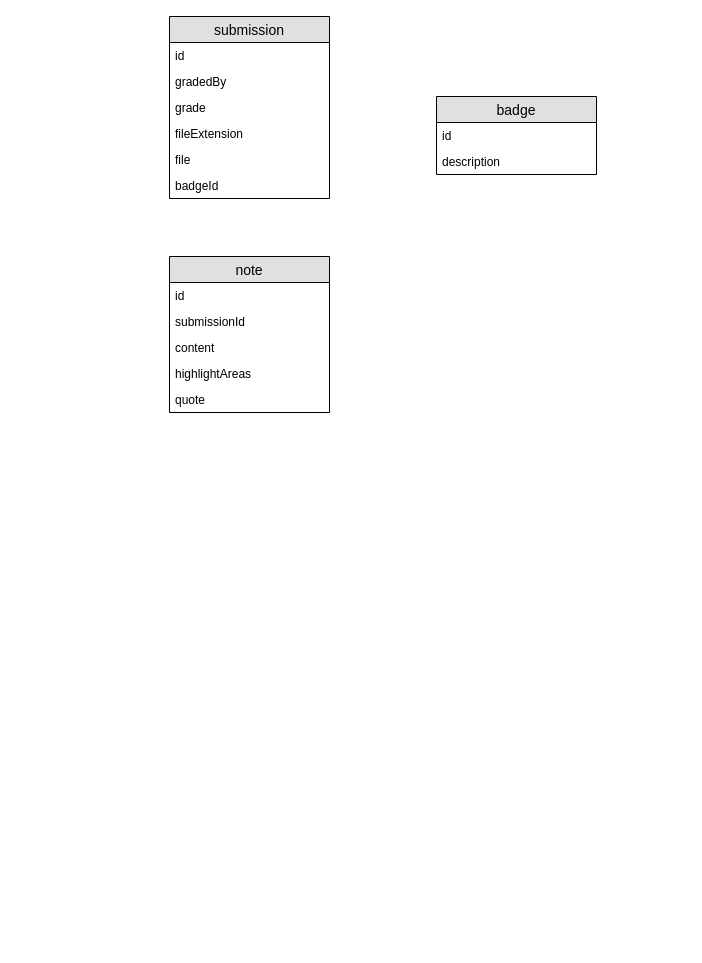
Before: docs/drawio/ERD.drawio in saifrashed/writespace, a draw.io diagram. Source tidied: cells renumbered, new cells numbered last; positions are measured from the earlier drawing's top-left corner, leaving out a move shared by most shapes. Both pictures are drawn from the tidied source at 100%, with x=0, y=0 at pixel (169, 16).
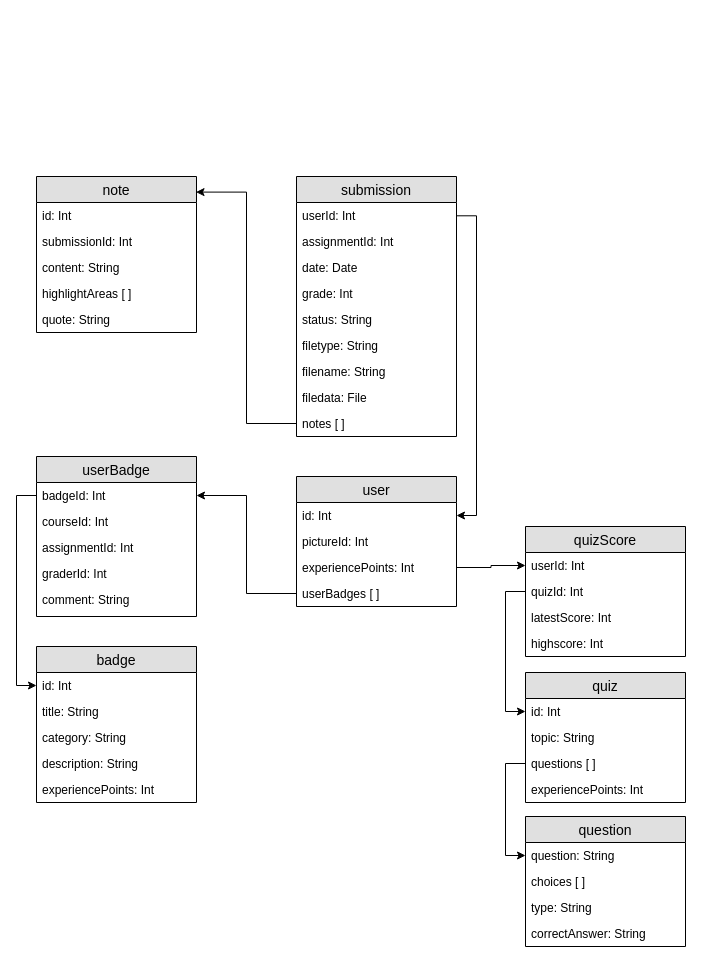
Above is the later version.

Change to the diagram source:
```diff
@@
     <mxCell id="2" value="submission" style="swimlane;fontStyle=0;horizontal=1;startSize=26;fillColor=#e0e0e0;swimlaneFillColor=#ffffff;align=center;fontSize=14;" parent="1" vertex="1">
-      <mxGeometry width="160" height="182" as="geometry" />
+      <mxGeometry x="127" y="160" width="160" height="260" as="geometry" />
     </mxCell>
-    <mxCell id="3" value="id" style="text;strokeColor=none;fillColor=none;spacingLeft=4;spacingRight=4;overflow=hidden;fontSize=12;" parent="2" vertex="1">
-      <mxGeometry y="26" width="160" height="26" as="geometry" />
-    </mxCell>
-    <mxCell id="4" value="gradedBy" style="text;strokeColor=none;fillColor=none;spacingLeft=4;spacingRight=4;overflow=hidden;fontSize=12;" parent="2" vertex="1">
-      <mxGeometry y="52" width="160" height="26" as="geometry" />
-    </mxCell>
-    <mxCell id="5" value="grade" style="text;strokeColor=none;fillColor=none;spacingLeft=4;spacingRight=4;overflow=hidden;fontSize=12;" parent="2" vertex="1">
-      <mxGeometry y="78" width="160" height="26" as="geometry" />
-    </mxCell>
-    <mxCell id="6" value="fileExtension" style="text;strokeColor=none;fillColor=none;spacingLeft=4;spacingRight=4;overflow=hidden;fontSize=12;" parent="2" vertex="1">
-      <mxGeometry y="104" width="160" height="26" as="geometry" />
-    </mxCell>
-    <mxCell id="7" value="file" style="text;strokeColor=none;fillColor=none;spacingLeft=4;spacingRight=4;overflow=hidden;fontSize=12;" parent="2" vertex="1">
-      <mxGeometry y="130" width="160" height="26" as="geometry" />
-    </mxCell>
-    <mxCell id="8" value="badgeId" style="text;strokeColor=none;fillColor=none;spacingLeft=4;spacingRight=4;overflow=hidden;fontSize=12;" parent="2" vertex="1">
-      <mxGeometry y="156" width="160" height="26" as="geometry" />
-    </mxCell>
+    <mxCell id="18" value="userId: Int" style="text;strokeColor=none;fillColor=none;spacingLeft=4;spacingRight=4;overflow=hidden;fontSize=12;" parent="2" vertex="1">
+      <mxGeometry y="26" width="160" height="26" as="geometry" />
+    </mxCell>
+    <mxCell id="19" value="assignmentId: Int" style="text;strokeColor=none;fillColor=none;spacingLeft=4;spacingRight=4;overflow=hidden;fontSize=12;" parent="2" vertex="1">
+      <mxGeometry y="52" width="160" height="26" as="geometry" />
+    </mxCell>
+    <mxCell id="20" value="date: Date" style="text;strokeColor=none;fillColor=none;spacingLeft=4;spacingRight=4;overflow=hidden;fontSize=12;" parent="2" vertex="1">
+      <mxGeometry y="78" width="160" height="26" as="geometry" />
+    </mxCell>
+    <mxCell id="21" value="grade: Int" style="text;strokeColor=none;fillColor=none;spacingLeft=4;spacingRight=4;overflow=hidden;fontSize=12;" parent="2" vertex="1">
+      <mxGeometry y="104" width="160" height="26" as="geometry" />
+    </mxCell>
+    <mxCell id="22" value="status: String" style="text;strokeColor=none;fillColor=none;spacingLeft=4;spacingRight=4;overflow=hidden;fontSize=12;" parent="2" vertex="1">
+      <mxGeometry y="130" width="160" height="26" as="geometry" />
+    </mxCell>
+    <mxCell id="23" value="filetype: String" style="text;strokeColor=none;fillColor=none;spacingLeft=4;spacingRight=4;overflow=hidden;fontSize=12;" parent="2" vertex="1">
+      <mxGeometry y="156" width="160" height="26" as="geometry" />
+    </mxCell>
+    <mxCell id="24" value="filename: String" style="text;strokeColor=none;fillColor=none;spacingLeft=4;spacingRight=4;overflow=hidden;fontSize=12;" parent="2" vertex="1">
+      <mxGeometry y="182" width="160" height="26" as="geometry" />
+    </mxCell>
+    <mxCell id="25" value="filedata: File" style="text;strokeColor=none;fillColor=none;spacingLeft=4;spacingRight=4;overflow=hidden;fontSize=12;" parent="2" vertex="1">
+      <mxGeometry y="208" width="160" height="26" as="geometry" />
+    </mxCell>
+    <mxCell id="26" value="notes [ ]" style="text;strokeColor=none;fillColor=none;spacingLeft=4;spacingRight=4;overflow=hidden;points=[[0,0.5],[1,0.5]];portConstraint=eastwest;fontSize=12;" parent="2" vertex="1">
+      <mxGeometry y="234" width="160" height="26" as="geometry" />
+    </mxCell>
     <mxCell id="9" value="note" style="swimlane;fontStyle=0;horizontal=1;startSize=26;fillColor=#e0e0e0;swimlaneFillColor=#ffffff;align=center;fontSize=14;" parent="1" vertex="1">
-      <mxGeometry y="240" width="160" height="156" as="geometry" />
+      <mxGeometry x="-133" y="160" width="160" height="156" as="geometry" />
     </mxCell>
-    <mxCell id="10" value="id" style="text;strokeColor=none;fillColor=none;spacingLeft=4;spacingRight=4;overflow=hidden;fontSize=12;" parent="9" vertex="1">
+    <mxCell id="10" value="id: Int" style="text;strokeColor=none;fillColor=none;spacingLeft=4;spacingRight=4;overflow=hidden;fontSize=12;" parent="9" vertex="1">
       <mxGeometry y="26" width="160" height="26" as="geometry" />
     </mxCell>
-    <mxCell id="11" value="submissionId" style="text;strokeColor=none;fillColor=none;spacingLeft=4;spacingRight=4;overflow=hidden;fontSize=12;" parent="9" vertex="1">
+    <mxCell id="11" value="submissionId: Int" style="text;strokeColor=none;fillColor=none;spacingLeft=4;spacingRight=4;overflow=hidden;fontSize=12;" parent="9" vertex="1">
       <mxGeometry y="52" width="160" height="26" as="geometry" />
     </mxCell>
-    <mxCell id="12" value="content" style="text;strokeColor=none;fillColor=none;spacingLeft=4;spacingRight=4;overflow=hidden;fontSize=12;" parent="9" vertex="1">
+    <mxCell id="12" value="content: String" style="text;strokeColor=none;fillColor=none;spacingLeft=4;spacingRight=4;overflow=hidden;fontSize=12;" parent="9" vertex="1">
       <mxGeometry y="78" width="160" height="26" as="geometry" />
     </mxCell>
-    <mxCell id="13" value="highlightAreas" style="text;strokeColor=none;fillColor=none;spacingLeft=4;spacingRight=4;overflow=hidden;fontSize=12;" parent="9" vertex="1">
+    <mxCell id="13" value="highlightAreas [ ]" style="text;strokeColor=none;fillColor=none;spacingLeft=4;spacingRight=4;overflow=hidden;fontSize=12;" parent="9" vertex="1">
       <mxGeometry y="104" width="160" height="26" as="geometry" />
     </mxCell>
-    <mxCell id="14" value="quote" style="text;strokeColor=none;fillColor=none;spacingLeft=4;spacingRight=4;overflow=hidden;fontSize=12;" parent="9" vertex="1">
+    <mxCell id="14" value="quote: String" style="text;strokeColor=none;fillColor=none;spacingLeft=4;spacingRight=4;overflow=hidden;fontSize=12;" parent="9" vertex="1">
       <mxGeometry y="130" width="160" height="26" as="geometry" />
     </mxCell>
-    <mxCell id="15" value="badge" style="swimlane;fontStyle=0;horizontal=1;startSize=26;fillColor=#e0e0e0;swimlaneFillColor=#ffffff;align=center;fontSize=14;" parent="1" vertex="1">
-      <mxGeometry x="267" y="80" width="160" height="78" as="geometry" />
+    <mxCell id="15" value="userBadge" style="swimlane;fontStyle=0;horizontal=1;startSize=26;fillColor=#e0e0e0;swimlaneFillColor=#ffffff;align=center;fontSize=14;" parent="1" vertex="1">
+      <mxGeometry x="-133" y="440" width="160" height="160" as="geometry" />
     </mxCell>
+    <mxCell id="27" value="badgeId: Int" style="text;strokeColor=none;fillColor=none;spacingLeft=4;spacingRight=4;overflow=hidden;points=[[0,0.5],[1,0.5]];portConstraint=eastwest;fontSize=12;" parent="15" vertex="1">
+      <mxGeometry y="26" width="160" height="26" as="geometry" />
+    </mxCell>
-    <mxCell id="16" value="id" style="text;strokeColor=none;fillColor=none;spacingLeft=4;spacingRight=4;overflow=hidden;fontSize=12;" parent="15" vertex="1">
-      <mxGeometry y="26" width="160" height="26" as="geometry" />
+    <mxCell id="16" value="courseId: Int" style="text;strokeColor=none;fillColor=none;spacingLeft=4;spacingRight=4;overflow=hidden;fontSize=12;" parent="15" vertex="1">
+      <mxGeometry y="52" width="160" height="26" as="geometry" />
     </mxCell>
-    <mxCell id="17" value="description" style="text;strokeColor=none;fillColor=none;spacingLeft=4;spacingRight=4;overflow=hidden;fontSize=12;" parent="15" vertex="1">
-      <mxGeometry y="52" width="160" height="26" as="geometry" />
+    <mxCell id="17" value="assignmentId: Int" style="text;strokeColor=none;fillColor=none;spacingLeft=4;spacingRight=4;overflow=hidden;fontSize=12;" parent="15" vertex="1">
+      <mxGeometry y="78" width="160" height="26" as="geometry" />
     </mxCell>
+    <mxCell id="28" value="graderId: Int" style="text;strokeColor=none;fillColor=none;spacingLeft=4;spacingRight=4;overflow=hidden;fontSize=12;" parent="15" vertex="1">
+      <mxGeometry y="104" width="160" height="26" as="geometry" />
+    </mxCell>
+    <mxCell id="29" value="comment: String" style="text;strokeColor=none;fillColor=none;spacingLeft=4;spacingRight=4;overflow=hidden;fontSize=12;" parent="15" vertex="1">
+      <mxGeometry y="130" width="160" height="30" as="geometry" />
+    </mxCell>
+    <mxCell id="30" value="user" style="swimlane;fontStyle=0;horizontal=1;startSize=26;fillColor=#e0e0e0;swimlaneFillColor=#ffffff;align=center;fontSize=14;" parent="1" vertex="1">
+      <mxGeometry x="127" y="460" width="160" height="130" as="geometry" />
+    </mxCell>
+    <mxCell id="31" value="id: Int" style="text;strokeColor=none;fillColor=none;spacingLeft=4;spacingRight=4;overflow=hidden;points=[[0,0.5],[1,0.5]];portConstraint=eastwest;fontSize=12;" parent="30" vertex="1">
+      <mxGeometry y="26" width="160" height="26" as="geometry" />
+    </mxCell>
+    <mxCell id="32" value="pictureId: Int" style="text;strokeColor=none;fillColor=none;spacingLeft=4;spacingRight=4;overflow=hidden;fontSize=12;" parent="30" vertex="1">
+      <mxGeometry y="52" width="160" height="26" as="geometry" />
+    </mxCell>
+    <mxCell id="33" value="experiencePoints: Int" style="text;strokeColor=none;fillColor=none;spacingLeft=4;spacingRight=4;overflow=hidden;points=[[0,0.5],[1,0.5]];portConstraint=eastwest;fontSize=12;" parent="30" vertex="1">
+      <mxGeometry y="78" width="160" height="26" as="geometry" />
+    </mxCell>
+    <mxCell id="34" value="userBadges [ ]" style="text;strokeColor=none;fillColor=none;spacingLeft=4;spacingRight=4;overflow=hidden;points=[[0,0.5],[1,0.5]];portConstraint=eastwest;fontSize=12;" parent="30" vertex="1">
+      <mxGeometry y="104" width="160" height="26" as="geometry" />
+    </mxCell>
+    <mxCell id="35" value="quizScore" style="swimlane;fontStyle=0;horizontal=1;startSize=26;fillColor=#e0e0e0;swimlaneFillColor=#ffffff;align=center;fontSize=14;" parent="1" vertex="1">
+      <mxGeometry x="356" y="510" width="160" height="130" as="geometry" />
+    </mxCell>
+    <mxCell id="36" value="userId: Int" style="text;strokeColor=none;fillColor=none;spacingLeft=4;spacingRight=4;overflow=hidden;points=[[0,0.5],[1,0.5]];portConstraint=eastwest;fontSize=12;" parent="35" vertex="1">
+      <mxGeometry y="26" width="160" height="26" as="geometry" />
+    </mxCell>
+    <mxCell id="37" value="quizId: Int" style="text;strokeColor=none;fillColor=none;spacingLeft=4;spacingRight=4;overflow=hidden;points=[[0,0.5],[1,0.5]];portConstraint=eastwest;fontSize=12;" parent="35" vertex="1">
+      <mxGeometry y="52" width="160" height="26" as="geometry" />
+    </mxCell>
+    <mxCell id="38" value="latestScore: Int" style="text;strokeColor=none;fillColor=none;spacingLeft=4;spacingRight=4;overflow=hidden;fontSize=12;" parent="35" vertex="1">
+      <mxGeometry y="78" width="160" height="26" as="geometry" />
+    </mxCell>
+    <mxCell id="39" value="highscore: Int" style="text;strokeColor=none;fillColor=none;spacingLeft=4;spacingRight=4;overflow=hidden;fontSize=12;" parent="35" vertex="1">
+      <mxGeometry y="104" width="160" height="26" as="geometry" />
+    </mxCell>
+    <mxCell id="40" style="edgeStyle=orthogonalEdgeStyle;rounded=0;jettySize=auto;html=1;entryX=0;entryY=0.5;entryDx=0;entryDy=0;" parent="1" edge="1" source="33" target="36">
+      <mxGeometry relative="1" as="geometry" />
+    </mxCell>
+    <mxCell id="41" style="edgeStyle=orthogonalEdgeStyle;rounded=0;jettySize=auto;html=1;entryX=1;entryY=0.5;entryDx=0;entryDy=0;" parent="1" edge="1" source="34" target="27">
+      <mxGeometry relative="1" as="geometry" />
+    </mxCell>
+    <mxCell id="42" style="edgeStyle=orthogonalEdgeStyle;rounded=0;jettySize=auto;html=1;entryX=0.997;entryY=0.1;entryDx=0;entryDy=0;entryPerimeter=0;" parent="1" edge="1" source="26" target="9">
+      <mxGeometry relative="1" as="geometry" />
+    </mxCell>
+    <mxCell id="43" value="badge" style="swimlane;fontStyle=0;horizontal=1;startSize=26;fillColor=#e0e0e0;swimlaneFillColor=#ffffff;align=center;fontSize=14;" parent="1" vertex="1">
+      <mxGeometry x="-133" y="630" width="160" height="156" as="geometry" />
+    </mxCell>
+    <mxCell id="44" value="id: Int" style="text;strokeColor=none;fillColor=none;spacingLeft=4;spacingRight=4;overflow=hidden;points=[[0,0.5],[1,0.5]];portConstraint=eastwest;fontSize=12;" parent="43" vertex="1">
+      <mxGeometry y="26" width="160" height="26" as="geometry" />
+    </mxCell>
+    <mxCell id="45" value="title: String" style="text;strokeColor=none;fillColor=none;spacingLeft=4;spacingRight=4;overflow=hidden;fontSize=12;" parent="43" vertex="1">
+      <mxGeometry y="52" width="160" height="26" as="geometry" />
+    </mxCell>
+    <mxCell id="46" value="category: String" style="text;strokeColor=none;fillColor=none;spacingLeft=4;spacingRight=4;overflow=hidden;fontSize=12;" parent="43" vertex="1">
+      <mxGeometry y="78" width="160" height="26" as="geometry" />
+    </mxCell>
+    <mxCell id="47" value="description: String" style="text;strokeColor=none;fillColor=none;spacingLeft=4;spacingRight=4;overflow=hidden;fontSize=12;" parent="43" vertex="1">
+      <mxGeometry y="104" width="160" height="26" as="geometry" />
+    </mxCell>
+    <mxCell id="48" value="experiencePoints: Int" style="text;strokeColor=none;fillColor=none;spacingLeft=4;spacingRight=4;overflow=hidden;fontSize=12;" parent="43" vertex="1">
+      <mxGeometry y="130" width="160" height="26" as="geometry" />
+    </mxCell>
+    <mxCell id="49" style="edgeStyle=orthogonalEdgeStyle;rounded=0;jettySize=auto;html=1;entryX=0;entryY=0.5;entryDx=0;entryDy=0;" parent="1" edge="1" source="27" target="44">
+      <mxGeometry relative="1" as="geometry" />
+    </mxCell>
+    <mxCell id="50" style="edgeStyle=orthogonalEdgeStyle;rounded=0;jettySize=auto;html=1;entryX=1;entryY=0.5;entryDx=0;entryDy=0;" parent="1" edge="1" target="31">
+      <mxGeometry relative="1" as="geometry">
+        <mxPoint x="287" y="199.3" as="sourcePoint" />
+        <Array as="points">
+          <mxPoint x="307" y="199" />
+          <mxPoint x="307" y="499" />
+        </Array>
+      </mxGeometry>
+    </mxCell>
+    <mxCell id="51" value="quiz" style="swimlane;fontStyle=0;horizontal=1;startSize=26;fillColor=#e0e0e0;swimlaneFillColor=#ffffff;align=center;fontSize=14;" parent="1" vertex="1">
+      <mxGeometry x="356" y="656" width="160" height="130" as="geometry" />
+    </mxCell>
+    <mxCell id="52" value="id: Int" style="text;strokeColor=none;fillColor=none;spacingLeft=4;spacingRight=4;overflow=hidden;points=[[0,0.5],[1,0.5]];portConstraint=eastwest;fontSize=12;" parent="51" vertex="1">
+      <mxGeometry y="26" width="160" height="26" as="geometry" />
+    </mxCell>
+    <mxCell id="53" value="topic: String" style="text;strokeColor=none;fillColor=none;spacingLeft=4;spacingRight=4;overflow=hidden;fontSize=12;" parent="51" vertex="1">
+      <mxGeometry y="52" width="160" height="26" as="geometry" />
+    </mxCell>
+    <mxCell id="54" value="questions [ ]" style="text;strokeColor=none;fillColor=none;spacingLeft=4;spacingRight=4;overflow=hidden;points=[[0,0.5],[1,0.5]];portConstraint=eastwest;fontSize=12;" parent="51" vertex="1">
+      <mxGeometry y="78" width="160" height="26" as="geometry" />
+    </mxCell>
+    <mxCell id="55" value="experiencePoints: Int" style="text;strokeColor=none;fillColor=none;spacingLeft=4;spacingRight=4;overflow=hidden;fontSize=12;" parent="51" vertex="1">
+      <mxGeometry y="104" width="160" height="26" as="geometry" />
+    </mxCell>
+    <mxCell id="56" value="question" style="swimlane;fontStyle=0;horizontal=1;startSize=26;fillColor=#e0e0e0;swimlaneFillColor=#ffffff;align=center;fontSize=14;" parent="1" vertex="1">
+      <mxGeometry x="356" y="800" width="160" height="130" as="geometry" />
+    </mxCell>
+    <mxCell id="57" value="question: String" style="text;strokeColor=none;fillColor=none;spacingLeft=4;spacingRight=4;overflow=hidden;points=[[0,0.5],[1,0.5]];portConstraint=eastwest;fontSize=12;" parent="56" vertex="1">
+      <mxGeometry y="26" width="160" height="26" as="geometry" />
+    </mxCell>
+    <mxCell id="58" value="choices [ ]" style="text;strokeColor=none;fillColor=none;spacingLeft=4;spacingRight=4;overflow=hidden;fontSize=12;" parent="56" vertex="1">
+      <mxGeometry y="52" width="160" height="26" as="geometry" />
+    </mxCell>
+    <mxCell id="59" value="type: String" style="text;strokeColor=none;fillColor=none;spacingLeft=4;spacingRight=4;overflow=hidden;fontSize=12;" parent="56" vertex="1">
+      <mxGeometry y="78" width="160" height="26" as="geometry" />
+    </mxCell>
+    <mxCell id="60" value="correctAnswer: String" style="text;strokeColor=none;fillColor=none;spacingLeft=4;spacingRight=4;overflow=hidden;fontSize=12;" parent="56" vertex="1">
+      <mxGeometry y="104" width="160" height="26" as="geometry" />
+    </mxCell>
+    <mxCell id="61" style="edgeStyle=orthogonalEdgeStyle;rounded=0;jettySize=auto;html=1;entryX=0;entryY=0.5;entryDx=0;entryDy=0;" parent="1" edge="1" source="54" target="57">
+      <mxGeometry relative="1" as="geometry" />
+    </mxCell>
+    <mxCell id="62" style="edgeStyle=orthogonalEdgeStyle;rounded=0;jettySize=auto;html=1;entryX=0;entryY=0.5;entryDx=0;entryDy=0;" parent="1" edge="1" source="37" target="52">
+      <mxGeometry relative="1" as="geometry" />
+    </mxCell>
```
